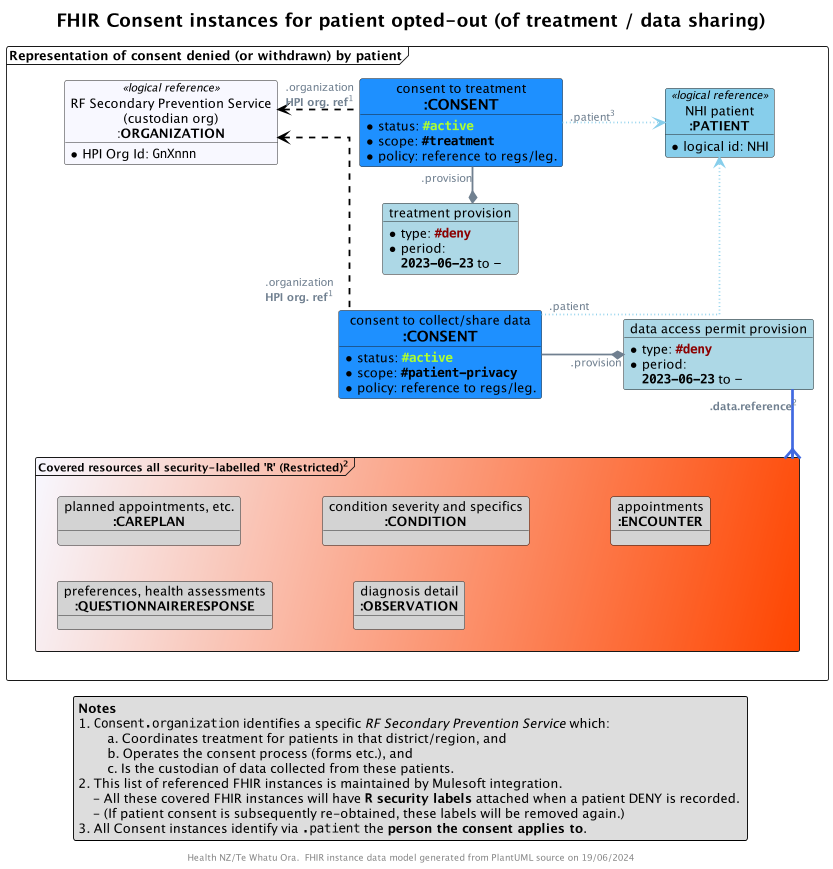
Earlier version of the PlantUML export input/images/obj-FHIR-data-consent-optout.png (tewhatuora/fhir-rheumatic-fever). Its diagram source:
```plantuml
@startuml obj-FHIR-data-consent-optout

top to bottom direction
skinparam dpi 200
allow_mixing
scale 400 width

skinparam ActivityDiamondBackgroundColor #RoyalBlue
skinparam ArrowColor #SlateGrey
skinparam ArrowFontColor #RoyalBlue
skinparam ArrowFontColor #SlateGrey
skinparam ArrowFontSize 12
skinparam ArrowMessageAlignment left
skinparam BoxPadding 10
skinparam linetype ortho
skinparam nodesep 90
skinparam ranksep 40
skinparam roundcorner 5
skinparam sequenceArrowThickness 2
skinparam TitleFontSize 20


title FHIR Consent instances for patient opted-out (of treatment / data sharing)

frame "Representation of consent denied (or withdrawn) by patient" as F {

  object "consent to treatment\n<size:16>**:CONSENT**" as TREATCONSENT #DodgerBlue {
    * status: ""<color:GreenYellow>**#active**""
    * scope: ""**#treatment**""
    * policy: reference to regs/leg.
  }

  object "treatment provision" as TP #LightBlue  {
    * type: ""<color:DarkRed>**#deny**""
    * period:
      ""**2023-06-23**"" to ""-""
  }

  object "consent to collect/share data\n<size:16>**:CONSENT**" as DATACONSENT #DodgerBlue {
    * status: ""<color:GreenYellow>**#active**""
    * scope: ""**#patient-privacy**""
    * policy: reference to regs/leg.
  }

  object "data access permit provision" as DAP #LightBlue  {
    * type: ""<color:DarkRed>**#deny**""
    * period:
      ""**2023-06-23**"" to ""-""
  }

  object "NHI patient\n**:PATIENT**" as PATIENT <<logical reference>> #SkyBlue {
    * logical id: NHI
  }

  object "RF Secondary Prevention Service\n(custodian org)\n:**ORGANIZATION**" as HPI <<logical reference>> #GhostWhite {
    * HPI Org Id: ""GnXnnn""
  }

  frame "<size:12>Covered resources all security-labelled '""R""' (Restricted)<sup>2</sup>" as COVERED #GhostWhite/OrangeRed {
    object "planned appointments, etc.\n<size:14>**:CAREPLAN**" as R1 #LightGray
    object "condition severity and specifics\n<size:14>**:CONDITION**" as R2 #LightGray
    object "appointments\n<size:14>**:ENCOUNTER**" as R3 #LightGray
    object "preferences, health assessments\n<size:14>**:QUESTIONNAIRERESPONSE**" as R4 #LightGray
    object "diagnosis detail\n<size:14>**:OBSERVATION**" as R5 #LightGray
  }
}

TREATCONSENT -[hidden]d- TP
TP -[hidden]d- DATACONSENT

DAP "**.data.reference**<sup>2</sup>" -[thickness=3,#RoyalBlue]--{ COVERED

TREATCONSENT ".patient<sup>3</sup>" -[dotted,#SkyBlue,norank]-> PATIENT
TREATCONSENT -[norank]-* TP : "".provision""
TREATCONSENT ".organization\n**HPI org. ref**<sup>1</sup>" -[dashed,#Black]l-> HPI

DATACONSENT ".patient" -[dotted,#SkyBlue,norank]-> PATIENT
DATACONSENT -* DAP : "".provision""
DATACONSENT ".organization\n**HPI org. ref**<sup>1</sup>" -[dashed,#Black]u-> HPI

legend bottom
  **Notes**
  1. ""Consent.organization"" identifies a specific //RF Secondary Prevention Service// which:
      \ta. Coordinates treatment for patients in that district/region, and
      \tb. Operates the consent process (forms etc.), and
      \tc. Is the custodian of data collected from these patients.
  2. This list of referenced FHIR instances is maintained by Mulesoft integration.
      - All these covered FHIR instances will have **""R"" security labels** attached when a patient DENY is recorded.
      - (If patient consent is subsequently re-obtained, these labels will be removed again.)
  3. All Consent instances identify via "".patient"" the **person the consent applies to**.
endlegend

footer "Health NZ/Te Whatu Ora.  FHIR instance data model generated from PlantUML source on %date('dd/MM/yyyy')"

@enduml
```
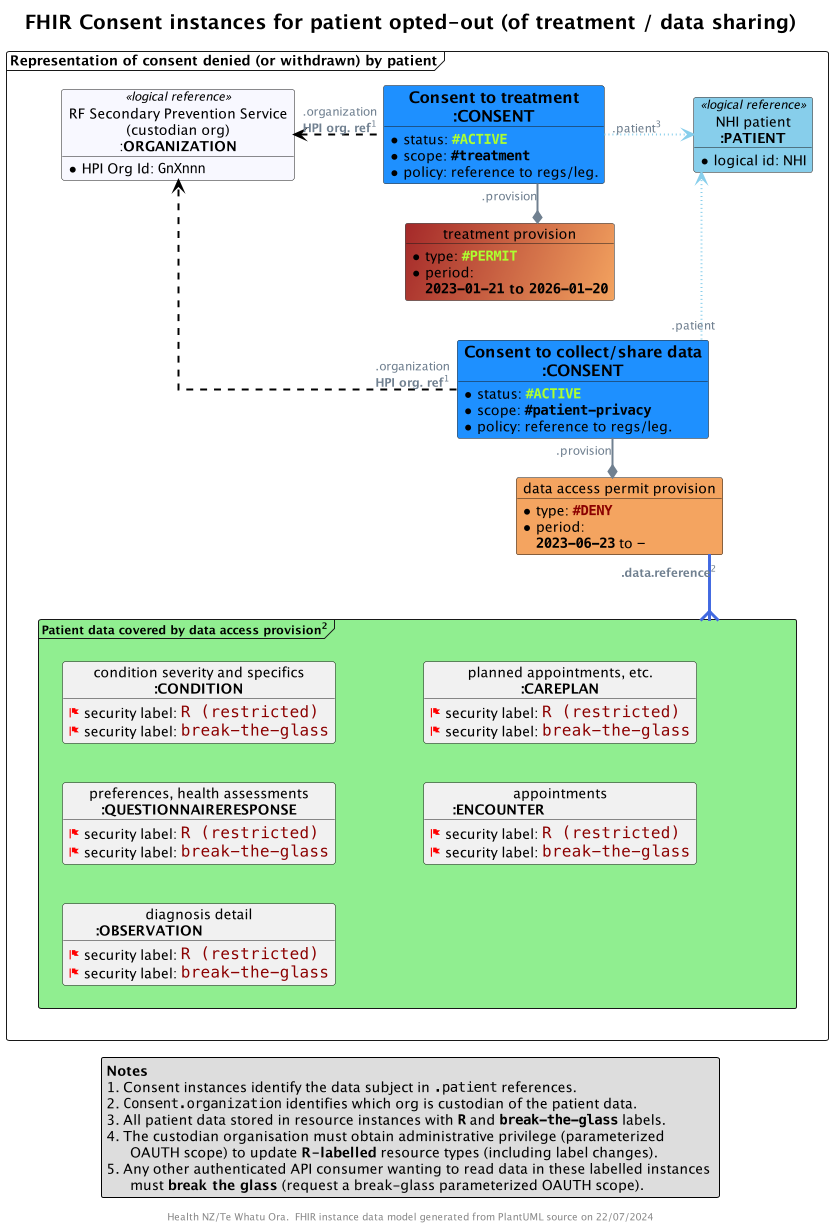
The same diagram one commit later.

Commit message:
New designs for label based access control

What changed in the source:
```diff
@@ -19,31 +19,44 @@
 skinparam sequenceArrowThickness 2
 skinparam TitleFontSize 20
 
+!unquoted procedure $SEC_LABELLED_INSTANCE($Alias, $displayText="",$label="")
+  object "$displayText" as $Alias {
+    <color:Red><&flag> <Color:Black>security label: ""<size:16><color:DarkRed>$label""
+  }
+!endprocedure
+
+!unquoted procedure $DUAL_SEC_LABELLED_INSTANCE($Alias, $displayText="",$label1="",$label2="")
+  object "$displayText" as $Alias {
+    <color:Red><&flag> <Color:Black>security label: ""<size:16><color:DarkRed>$label1""
+    <color:Red><&flag> <Color:Black>security label: ""<size:16><color:DarkRed>$label2""
+  }
+!endprocedure
 
 title FHIR Consent instances for patient opted-out (of treatment / data sharing)
 
 frame "Representation of consent denied (or withdrawn) by patient" as F {
 
-  object "consent to treatment\n<size:16>**:CONSENT**" as TREATCONSENT #DodgerBlue {
-    * status: ""<color:GreenYellow>**#active**""
+
+  object "<size:16>**Consent to treatment**\n<size:16>**:CONSENT**" as TREATCONSENT #DodgerBlue {
+    * status: ""<color:GreenYellow>**#ACTIVE**""
     * scope: ""**#treatment**""
     * policy: reference to regs/leg.
   }
 
-  object "treatment provision" as TP #LightBlue  {
-    * type: ""<color:DarkRed>**#deny**""
+  object "treatment provision" as TP #Brown/SandyBrown  {
+    * type: ""<color:GreenYellow>**#PERMIT**""
     * period:
-      ""**2023-06-23**"" to ""-""
+      **""2023-01-21"" to ""2026-01-20""**
   }
 
-  object "consent to collect/share data\n<size:16>**:CONSENT**" as DATACONSENT #DodgerBlue {
-    * status: ""<color:GreenYellow>**#active**""
+  object "<size:16>**Consent to collect/share data**\n<size:16>**:CONSENT**" as DATACONSENT #DodgerBlue {
+    * status: ""<color:GreenYellow>**#ACTIVE**""
     * scope: ""**#patient-privacy**""
     * policy: reference to regs/leg.
   }
 
-  object "data access permit provision" as DAP #LightBlue  {
-    * type: ""<color:DarkRed>**#deny**""
+  object "data access permit provision" as DAP #SandyBrown  {
+    * type: ""<color:DarkRed>**#DENY**""
     * period:
       ""**2023-06-23**"" to ""-""
   }
@@ -56,15 +69,18 @@
     * HPI Org Id: ""GnXnnn""
   }
 
-  frame "<size:12>Covered resources all security-labelled '""R""' (Restricted)<sup>2</sup>" as COVERED #GhostWhite/OrangeRed {
-    object "planned appointments, etc.\n<size:14>**:CAREPLAN**" as R1 #LightGray
-    object "condition severity and specifics\n<size:14>**:CONDITION**" as R2 #LightGray
-    object "appointments\n<size:14>**:ENCOUNTER**" as R3 #LightGray
-    object "preferences, health assessments\n<size:14>**:QUESTIONNAIRERESPONSE**" as R4 #LightGray
-    object "diagnosis detail\n<size:14>**:OBSERVATION**" as R5 #LightGray
+  frame "<size:12>Patient data covered by data access provision<sup>2</sup>" as COVERED #LightGreen {
+    $DUAL_SEC_LABELLED_INSTANCE(R1,"planned appointments, etc.\n<size:14>**:CAREPLAN**"                    ,"R (restricted)","break-the-glass")
+    $DUAL_SEC_LABELLED_INSTANCE(R2,"condition severity and specifics\n<size:14>**:CONDITION**"             ,"R (restricted)","break-the-glass")
+    $DUAL_SEC_LABELLED_INSTANCE(R3,"appointments\n<size:14>**:ENCOUNTER**                               "  ,"R (restricted)","break-the-glass")
+    $DUAL_SEC_LABELLED_INSTANCE(R4,"preferences, health assessments\n<size:14>**:QUESTIONNAIRERESPONSE**"  ,"R (restricted)","break-the-glass")
+    $DUAL_SEC_LABELLED_INSTANCE(R5,"diagnosis detail\n<size:14>**:OBSERVATION**                         "  ,"R (restricted)","break-the-glass")
+
+    R3 -[hidden]u- R1
+    R4 -[hidden]u- R2
+    R5 -[hidden]u- R4
   }
 }
-
 TREATCONSENT -[hidden]d- TP
 TP -[hidden]d- DATACONSENT
 
@@ -75,19 +91,18 @@
 TREATCONSENT ".organization\n**HPI org. ref**<sup>1</sup>" -[dashed,#Black]l-> HPI
 
 DATACONSENT ".patient" -[dotted,#SkyBlue,norank]-> PATIENT
-DATACONSENT -* DAP : "".provision""
-DATACONSENT ".organization\n**HPI org. ref**<sup>1</sup>" -[dashed,#Black]u-> HPI
+DATACONSENT -d-* DAP : "".provision""
+DATACONSENT ".organization\n**HPI org. ref**<sup>1</sup>" -[dashed,#Black,norank]--> HPI
 
 legend bottom
   **Notes**
-  1. ""Consent.organization"" identifies a specific //RF Secondary Prevention Service// which:
-      \ta. Coordinates treatment for patients in that district/region, and
-      \tb. Operates the consent process (forms etc.), and
-      \tc. Is the custodian of data collected from these patients.
-  2. This list of referenced FHIR instances is maintained by Mulesoft integration.
-      - All these covered FHIR instances will have **""R"" security labels** attached when a patient DENY is recorded.
-      - (If patient consent is subsequently re-obtained, these labels will be removed again.)
-  3. All Consent instances identify via "".patient"" the **person the consent applies to**.
+  1. Consent instances identify the data subject in "".patient"" references.
+  2. ""Consent.organization"" identifies which org is custodian of the patient data.
+  3. All patient data stored in resource instances with ""**R**"" and ""**break-the-glass**"" labels.
+  4. The custodian organisation must obtain administrative privilege (parameterized
+        OAUTH scope) to update **R-labelled** resource types (including label changes).
+  5. Any other authenticated API consumer wanting to read data in these labelled instances
+        must **break the glass** (request a break-glass parameterized OAUTH scope).
 endlegend
 
 footer "Health NZ/Te Whatu Ora.  FHIR instance data model generated from PlantUML source on %date('dd/MM/yyyy')"
```
